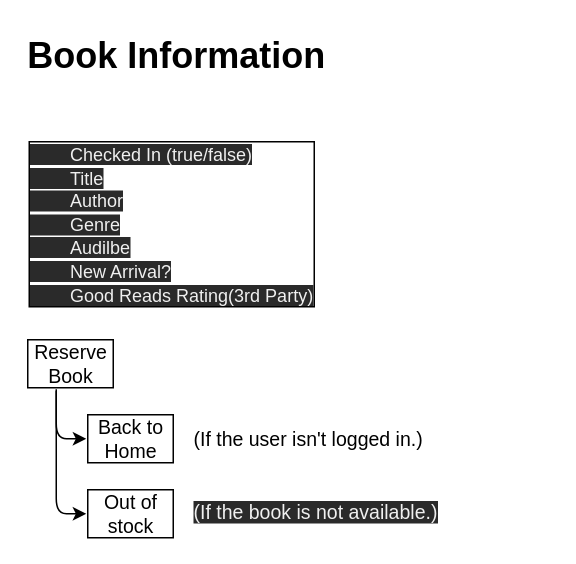
Above: page "Book Information" (3 of 7) of plan.drawio in miringan/fullStackLibrary (draw.io), before the change. Source tidied: cells renumbered, new cells numbered last; positions are measured from the earlier drawing's top-left corner, leaving out a move shared by most shapes. Both pictures are drawn from the tidied source at 150%, with x=0, y=0 at pixel (26, 26).
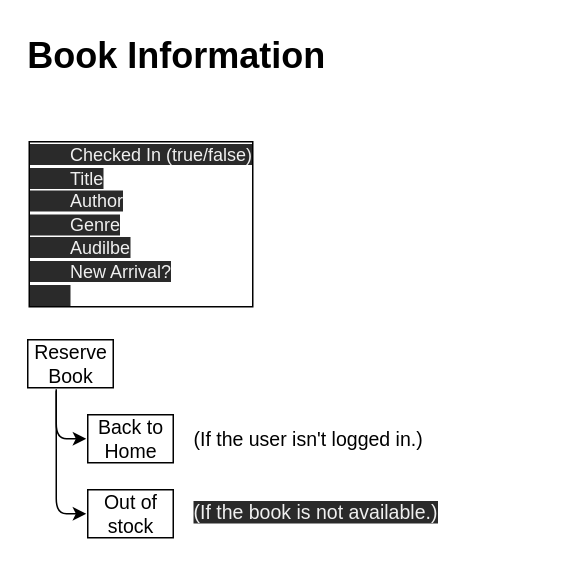
After the change.

The edit, as a diff of the source:
```diff
@@
 <mxGraphModel>
   <root>
     <mxCell id="0" />
     <mxCell id="1" parent="0" />
     <mxCell id="2" value="Book Information" style="text;strokeColor=none;fillColor=none;html=1;fontSize=24;fontStyle=1;verticalAlign=middle;align=center;" parent="1" vertex="1">
       <mxGeometry x="50" width="100" height="40" as="geometry" />
     </mxCell>
-    <mxCell id="3" value="&lt;span style=&quot;color: rgb(240 , 240 , 240) ; font-style: normal ; font-weight: 400 ; letter-spacing: normal ; text-align: left ; text-indent: 0px ; text-transform: none ; word-spacing: 0px ; font-family: &amp;#34;helvetica&amp;#34; ; font-size: 12px ; background-color: rgb(42 , 42 , 42) ; display: inline ; float: none&quot;&gt;&amp;nbsp;&amp;nbsp;&amp;nbsp;&amp;nbsp;&amp;nbsp;&amp;nbsp;&amp;nbsp;&amp;nbsp;Checked In (true/false)&lt;/span&gt;&lt;br style=&quot;color: rgb(240 , 240 , 240) ; font-style: normal ; font-weight: 400 ; letter-spacing: normal ; text-align: left ; text-indent: 0px ; text-transform: none ; word-spacing: 0px ; padding: 0px ; margin: 0px ; font-family: &amp;#34;helvetica&amp;#34; ; font-size: 12px ; background-color: rgb(42 , 42 , 42)&quot;&gt;&lt;span style=&quot;color: rgb(240 , 240 , 240) ; font-style: normal ; font-weight: 400 ; letter-spacing: normal ; text-align: left ; text-indent: 0px ; text-transform: none ; word-spacing: 0px ; font-family: &amp;#34;helvetica&amp;#34; ; font-size: 12px ; background-color: rgb(42 , 42 , 42) ; display: inline ; float: none&quot;&gt;&amp;nbsp;&amp;nbsp;&amp;nbsp;&amp;nbsp;&amp;nbsp;&amp;nbsp;&amp;nbsp;&amp;nbsp;Title&lt;/span&gt;&lt;br style=&quot;color: rgb(240 , 240 , 240) ; font-style: normal ; font-weight: 400 ; letter-spacing: normal ; text-align: left ; text-indent: 0px ; text-transform: none ; word-spacing: 0px ; padding: 0px ; margin: 0px ; font-family: &amp;#34;helvetica&amp;#34; ; font-size: 12px ; background-color: rgb(42 , 42 , 42)&quot;&gt;&lt;span style=&quot;color: rgb(240 , 240 , 240) ; font-style: normal ; font-weight: 400 ; letter-spacing: normal ; text-align: left ; text-indent: 0px ; text-transform: none ; word-spacing: 0px ; font-family: &amp;#34;helvetica&amp;#34; ; font-size: 12px ; background-color: rgb(42 , 42 , 42) ; display: inline ; float: none&quot;&gt;&amp;nbsp;&amp;nbsp;&amp;nbsp;&amp;nbsp;&amp;nbsp;&amp;nbsp;&amp;nbsp;&amp;nbsp;Author&lt;/span&gt;&lt;br style=&quot;color: rgb(240 , 240 , 240) ; font-style: normal ; font-weight: 400 ; letter-spacing: normal ; text-align: left ; text-indent: 0px ; text-transform: none ; word-spacing: 0px ; padding: 0px ; margin: 0px ; font-family: &amp;#34;helvetica&amp;#34; ; font-size: 12px ; background-color: rgb(42 , 42 , 42)&quot;&gt;&lt;span style=&quot;color: rgb(240 , 240 , 240) ; font-style: normal ; font-weight: 400 ; letter-spacing: normal ; text-align: left ; text-indent: 0px ; text-transform: none ; word-spacing: 0px ; font-family: &amp;#34;helvetica&amp;#34; ; font-size: 12px ; background-color: rgb(42 , 42 , 42) ; display: inline ; float: none&quot;&gt;&amp;nbsp;&amp;nbsp;&amp;nbsp;&amp;nbsp;&amp;nbsp;&amp;nbsp;&amp;nbsp;&amp;nbsp;Genre&lt;/span&gt;&lt;br style=&quot;color: rgb(240 , 240 , 240) ; font-style: normal ; font-weight: 400 ; letter-spacing: normal ; text-align: left ; text-indent: 0px ; text-transform: none ; word-spacing: 0px ; padding: 0px ; margin: 0px ; font-family: &amp;#34;helvetica&amp;#34; ; font-size: 12px ; background-color: rgb(42 , 42 , 42)&quot;&gt;&lt;span style=&quot;color: rgb(240 , 240 , 240) ; font-style: normal ; font-weight: 400 ; letter-spacing: normal ; text-align: left ; text-indent: 0px ; text-transform: none ; word-spacing: 0px ; font-family: &amp;#34;helvetica&amp;#34; ; font-size: 12px ; background-color: rgb(42 , 42 , 42) ; display: inline ; float: none&quot;&gt;&amp;nbsp;&amp;nbsp;&amp;nbsp;&amp;nbsp;&amp;nbsp;&amp;nbsp;&amp;nbsp;&amp;nbsp;Audilbe&lt;br&gt;&lt;span&gt;&#9;&lt;/span&gt;&lt;span style=&quot;white-space: pre&quot;&gt;&#9;&lt;/span&gt;New Arrival?&lt;br&gt;&lt;span&gt;&#9;&lt;/span&gt;&lt;span style=&quot;white-space: pre&quot;&gt;&#9;&lt;/span&gt;Good Reads Rating(3rd Party)&lt;/span&gt;" style="text;whiteSpace=wrap;html=1;fontSize=13;labelBorderColor=default;" parent="1" vertex="1">
+    <mxCell id="3" value="&lt;span style=&quot;color: rgb(240 , 240 , 240) ; font-style: normal ; font-weight: 400 ; letter-spacing: normal ; text-align: left ; text-indent: 0px ; text-transform: none ; word-spacing: 0px ; font-family: &amp;#34;helvetica&amp;#34; ; font-size: 12px ; background-color: rgb(42 , 42 , 42) ; display: inline ; float: none&quot;&gt;&amp;nbsp;&amp;nbsp;&amp;nbsp;&amp;nbsp;&amp;nbsp;&amp;nbsp;&amp;nbsp;&amp;nbsp;Checked In (true/false)&lt;/span&gt;&lt;br style=&quot;color: rgb(240 , 240 , 240) ; font-style: normal ; font-weight: 400 ; letter-spacing: normal ; text-align: left ; text-indent: 0px ; text-transform: none ; word-spacing: 0px ; padding: 0px ; margin: 0px ; font-family: &amp;#34;helvetica&amp;#34; ; font-size: 12px ; background-color: rgb(42 , 42 , 42)&quot;&gt;&lt;span style=&quot;color: rgb(240 , 240 , 240) ; font-style: normal ; font-weight: 400 ; letter-spacing: normal ; text-align: left ; text-indent: 0px ; text-transform: none ; word-spacing: 0px ; font-family: &amp;#34;helvetica&amp;#34; ; font-size: 12px ; background-color: rgb(42 , 42 , 42) ; display: inline ; float: none&quot;&gt;&amp;nbsp;&amp;nbsp;&amp;nbsp;&amp;nbsp;&amp;nbsp;&amp;nbsp;&amp;nbsp;&amp;nbsp;Title&lt;/span&gt;&lt;br style=&quot;color: rgb(240 , 240 , 240) ; font-style: normal ; font-weight: 400 ; letter-spacing: normal ; text-align: left ; text-indent: 0px ; text-transform: none ; word-spacing: 0px ; padding: 0px ; margin: 0px ; font-family: &amp;#34;helvetica&amp;#34; ; font-size: 12px ; background-color: rgb(42 , 42 , 42)&quot;&gt;&lt;span style=&quot;color: rgb(240 , 240 , 240) ; font-style: normal ; font-weight: 400 ; letter-spacing: normal ; text-align: left ; text-indent: 0px ; text-transform: none ; word-spacing: 0px ; font-family: &amp;#34;helvetica&amp;#34; ; font-size: 12px ; background-color: rgb(42 , 42 , 42) ; display: inline ; float: none&quot;&gt;&amp;nbsp;&amp;nbsp;&amp;nbsp;&amp;nbsp;&amp;nbsp;&amp;nbsp;&amp;nbsp;&amp;nbsp;Author&lt;/span&gt;&lt;br style=&quot;color: rgb(240 , 240 , 240) ; font-style: normal ; font-weight: 400 ; letter-spacing: normal ; text-align: left ; text-indent: 0px ; text-transform: none ; word-spacing: 0px ; padding: 0px ; margin: 0px ; font-family: &amp;#34;helvetica&amp;#34; ; font-size: 12px ; background-color: rgb(42 , 42 , 42)&quot;&gt;&lt;span style=&quot;color: rgb(240 , 240 , 240) ; font-style: normal ; font-weight: 400 ; letter-spacing: normal ; text-align: left ; text-indent: 0px ; text-transform: none ; word-spacing: 0px ; font-family: &amp;#34;helvetica&amp;#34; ; font-size: 12px ; background-color: rgb(42 , 42 , 42) ; display: inline ; float: none&quot;&gt;&amp;nbsp;&amp;nbsp;&amp;nbsp;&amp;nbsp;&amp;nbsp;&amp;nbsp;&amp;nbsp;&amp;nbsp;Genre&lt;/span&gt;&lt;br style=&quot;color: rgb(240 , 240 , 240) ; font-style: normal ; font-weight: 400 ; letter-spacing: normal ; text-align: left ; text-indent: 0px ; text-transform: none ; word-spacing: 0px ; padding: 0px ; margin: 0px ; font-family: &amp;#34;helvetica&amp;#34; ; font-size: 12px ; background-color: rgb(42 , 42 , 42)&quot;&gt;&lt;span style=&quot;color: rgb(240 , 240 , 240) ; font-style: normal ; font-weight: 400 ; letter-spacing: normal ; text-align: left ; text-indent: 0px ; text-transform: none ; word-spacing: 0px ; font-family: &amp;#34;helvetica&amp;#34; ; font-size: 12px ; background-color: rgb(42 , 42 , 42) ; display: inline ; float: none&quot;&gt;&amp;nbsp;&amp;nbsp;&amp;nbsp;&amp;nbsp;&amp;nbsp;&amp;nbsp;&amp;nbsp;&amp;nbsp;Audilbe&lt;br&gt;&lt;span&gt;&#9;&lt;/span&gt;&lt;span style=&quot;white-space: pre&quot;&gt;&#9;&lt;/span&gt;New Arrival?&lt;br&gt;&lt;span&gt;&#9;&lt;/span&gt;&lt;span style=&quot;white-space: pre&quot;&gt;&#9;&lt;/span&gt;&lt;/span&gt;" style="text;whiteSpace=wrap;html=1;fontSize=13;labelBorderColor=default;" parent="1" vertex="1">
       <mxGeometry y="70" width="350" height="130" as="geometry" />
     </mxCell>
     <mxCell id="4" value="Reserve Book" style="text;html=1;strokeColor=none;fillColor=none;align=center;verticalAlign=middle;whiteSpace=wrap;rounded=0;fontSize=13;labelBorderColor=default;" parent="1" vertex="1">
       <mxGeometry y="210" width="60" height="30" as="geometry" />
     </mxCell>
     <mxCell id="5" value="Back to Home" style="text;html=1;strokeColor=none;fillColor=none;align=center;verticalAlign=middle;whiteSpace=wrap;rounded=0;fontSize=13;labelBorderColor=default;" parent="1" vertex="1">
       <mxGeometry x="40" y="260" width="60" height="30" as="geometry" />
     </mxCell>
     <mxCell id="6" value="Out of stock" style="text;html=1;strokeColor=none;fillColor=none;align=center;verticalAlign=middle;whiteSpace=wrap;rounded=0;fontSize=13;labelBorderColor=default;" parent="1" vertex="1">
       <mxGeometry x="40" y="310" width="60" height="30" as="geometry" />
     </mxCell>
     <mxCell id="7" value="(If the user isn't logged in.)" style="text;html=1;align=left;verticalAlign=middle;strokeColor=none;fillColor=none;fontSize=13;" parent="1" vertex="1">
       <mxGeometry x="110" y="265" width="170" height="20" as="geometry" />
     </mxCell>
     <mxCell id="8" value="&lt;span style=&quot;color: rgb(240 , 240 , 240) ; font-family: &amp;#34;helvetica&amp;#34; ; font-size: 13px ; font-style: normal ; font-weight: 400 ; letter-spacing: normal ; text-align: left ; text-indent: 0px ; text-transform: none ; word-spacing: 0px ; background-color: rgb(42 , 42 , 42) ; display: inline ; float: none&quot;&gt;(If the book is not available.)&lt;/span&gt;" style="text;whiteSpace=wrap;html=1;fontSize=13;" parent="1" vertex="1">
       <mxGeometry x="110" y="310" width="180" height="30" as="geometry" />
     </mxCell>
     <mxCell id="9" style="edgeStyle=segmentEdgeStyle;endArrow=classic;html=1;fontSize=13;entryX=0;entryY=0.5;entryDx=0;entryDy=0;" parent="1" edge="1" target="5">
       <mxGeometry relative="1" as="geometry">
         <mxPoint x="20" y="250" as="sourcePoint" />
         <Array as="points">
           <mxPoint x="20" y="240" />
           <mxPoint x="20" y="275" />
         </Array>
       </mxGeometry>
     </mxCell>
     <mxCell id="10" style="edgeStyle=segmentEdgeStyle;endArrow=classic;html=1;fontSize=13;entryX=0;entryY=0.5;entryDx=0;entryDy=0;" parent="1" edge="1" target="6">
       <mxGeometry relative="1" as="geometry">
         <mxPoint x="20" y="242" as="sourcePoint" />
         <Array as="points">
           <mxPoint x="20" y="325" />
         </Array>
       </mxGeometry>
     </mxCell>
   </root>
 </mxGraphModel>
```
